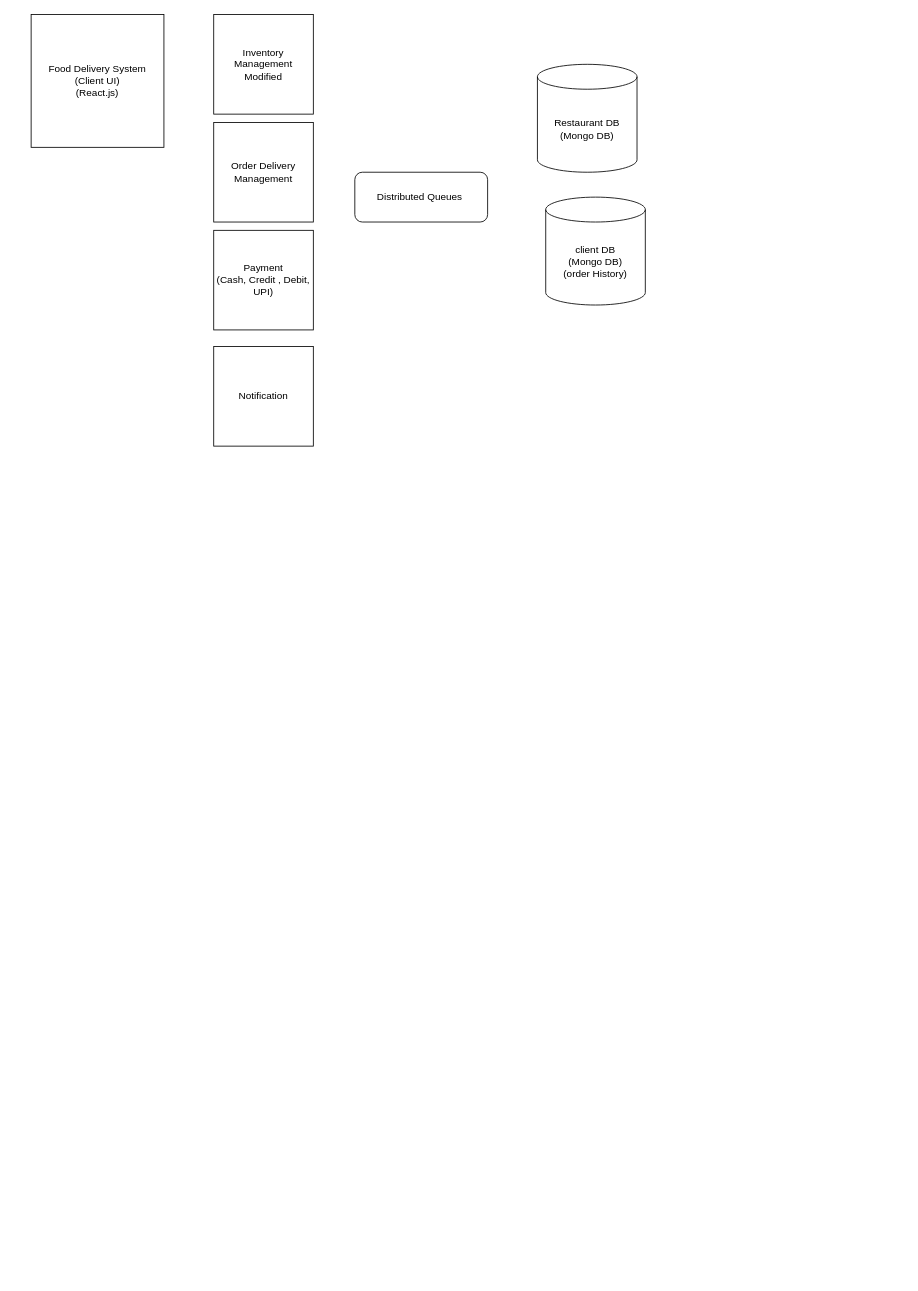
The draw.io diagram Untitled Diagram.drawio in kirtiRamrakhyani/my-react-app, before the edit. Source tidied: cells renumbered, new cells numbered last; positions are measured from the earlier drawing's top-left corner, leaving out a move shared by most shapes. Both pictures are drawn from the tidied source at 83%, with x=0, y=0 at pixel (31, 14).
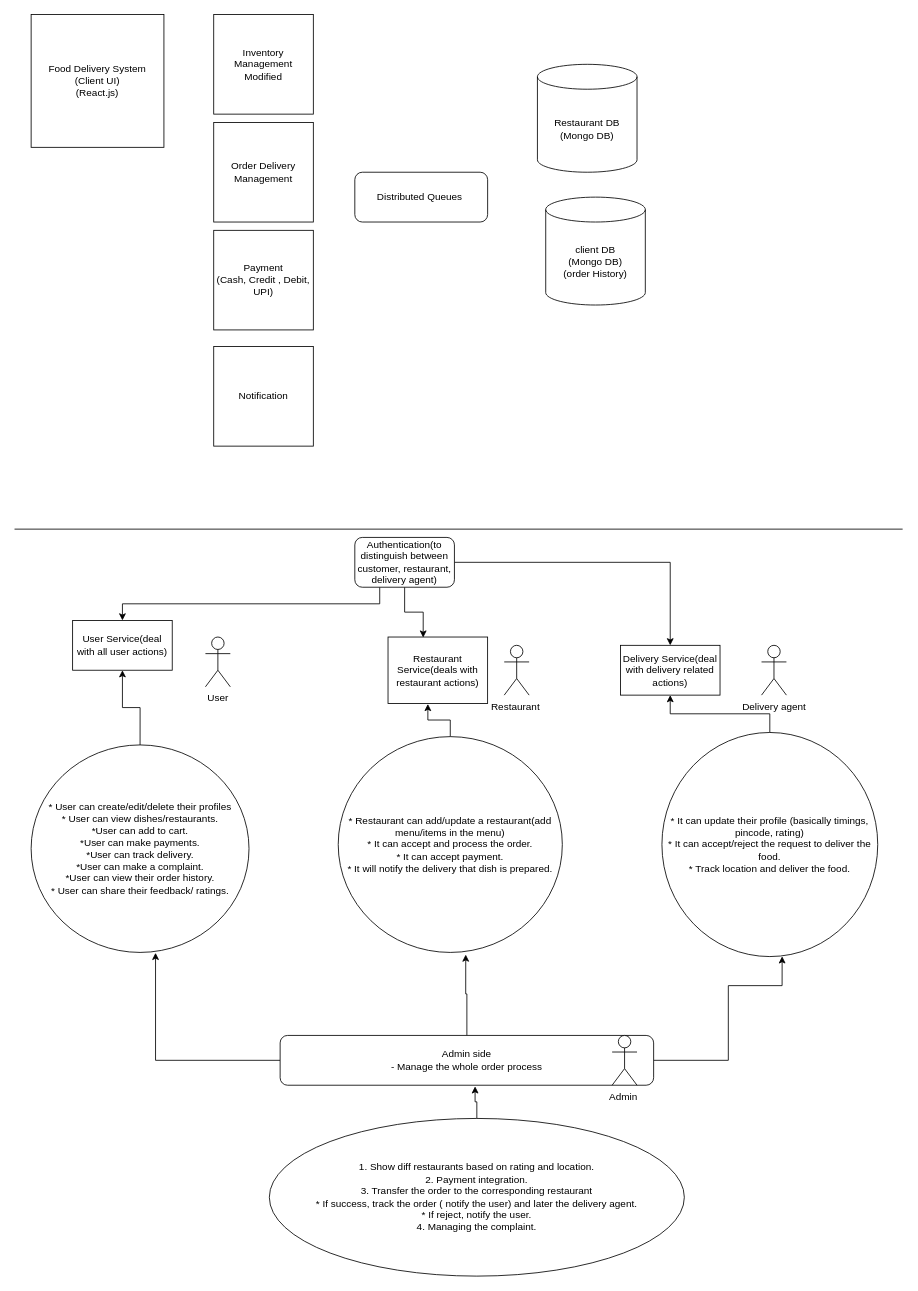
The same diagram, later.

Change to the diagram source:
```diff
@@
+    <mxCell id="10" style="endArrow=none;html=1;rounded=0;" parent="1" edge="1">
+      <mxGeometry relative="1" as="geometry">
+        <mxPoint x="-20" y="620" as="sourcePoint" />
+        <mxPoint x="1050" y="620" as="targetPoint" />
+      </mxGeometry>
+    </mxCell>
+    <mxCell id="11" value="User Service(deal with all user actions)" style="rounded=0;whiteSpace=wrap;html=1;" parent="1" vertex="1">
+      <mxGeometry x="50" y="730" width="120" height="60" as="geometry" />
+    </mxCell>
+    <mxCell id="12" value="Restaurant Service(deals with restaurant actions)" style="rounded=0;whiteSpace=wrap;html=1;" parent="1" vertex="1">
+      <mxGeometry x="430" y="750" width="120" height="80" as="geometry" />
+    </mxCell>
+    <mxCell id="13" value="Delivery Service(deal with delivery related actions)" style="rounded=0;whiteSpace=wrap;html=1;" parent="1" vertex="1">
+      <mxGeometry x="710" y="760" width="120" height="60" as="geometry" />
+    </mxCell>
+    <mxCell id="14" style="edgeStyle=orthogonalEdgeStyle;rounded=0;jettySize=auto;html=1;" parent="1" edge="1" source="15" target="11">
+      <mxGeometry relative="1" as="geometry" />
+    </mxCell>
+    <mxCell id="15" value="* User can create/edit/delete their profiles&lt;br&gt;* User can view dishes/restaurants.&lt;br&gt;*User can add to cart.&lt;br&gt;*User can make payments.&lt;br&gt;*User can track delivery.&lt;br&gt;*User can make a complaint.&lt;br&gt;*User can view their order history.&lt;br&gt;* User can share their feedback/ ratings." style="ellipse;whiteSpace=wrap;html=1;direction=south;" parent="1" vertex="1">
+      <mxGeometry y="880" width="262.5" height="250" as="geometry" />
+    </mxCell>
+    <mxCell id="16" style="edgeStyle=orthogonalEdgeStyle;rounded=0;jettySize=auto;html=1;entryX=0.4;entryY=1.008;entryDx=0;entryDy=0;entryPerimeter=0;" parent="1" edge="1" source="17" target="12">
+      <mxGeometry relative="1" as="geometry" />
+    </mxCell>
+    <mxCell id="17" value="* Restaurant can add/update a restaurant(add menu/items in the menu)&lt;br&gt;* It can accept and process the order.&lt;br&gt;* It can accept payment.&lt;br&gt;* It will notify the delivery that dish is prepared." style="ellipse;whiteSpace=wrap;html=1;" parent="1" vertex="1">
+      <mxGeometry x="370" y="870" width="270" height="260" as="geometry" />
+    </mxCell>
+    <mxCell id="18" style="edgeStyle=orthogonalEdgeStyle;rounded=0;jettySize=auto;html=1;entryX=0.353;entryY=0.008;entryDx=0;entryDy=0;entryPerimeter=0;" parent="1" edge="1" source="21" target="12">
+      <mxGeometry relative="1" as="geometry" />
+    </mxCell>
+    <mxCell id="19" style="edgeStyle=orthogonalEdgeStyle;rounded=0;jettySize=auto;html=1;exitX=0.25;exitY=1;exitDx=0;exitDy=0;entryX=0.5;entryY=0;entryDx=0;entryDy=0;" parent="1" edge="1" source="21" target="11">
+      <mxGeometry relative="1" as="geometry" />
+    </mxCell>
+    <mxCell id="20" style="edgeStyle=orthogonalEdgeStyle;rounded=0;jettySize=auto;html=1;" parent="1" edge="1" source="21" target="13">
+      <mxGeometry relative="1" as="geometry" />
+    </mxCell>
+    <mxCell id="21" value="Authentication(to distinguish between customer, restaurant, delivery agent)" style="rounded=1;whiteSpace=wrap;html=1;" parent="1" vertex="1">
+      <mxGeometry x="390" y="630" width="120" height="60" as="geometry" />
+    </mxCell>
+    <mxCell id="22" style="edgeStyle=orthogonalEdgeStyle;rounded=0;jettySize=auto;html=1;entryX=1.002;entryY=0.429;entryDx=0;entryDy=0;entryPerimeter=0;" parent="1" edge="1" source="25" target="15">
+      <mxGeometry relative="1" as="geometry" />
+    </mxCell>
+    <mxCell id="23" style="edgeStyle=orthogonalEdgeStyle;rounded=0;jettySize=auto;html=1;entryX=0.557;entryY=0.999;entryDx=0;entryDy=0;entryPerimeter=0;" parent="1" edge="1" source="25" target="27">
+      <mxGeometry relative="1" as="geometry">
+        <Array as="points">
+          <mxPoint x="840" y="1260" />
+          <mxPoint x="840" y="1170" />
+          <mxPoint x="905" y="1170" />
+        </Array>
+      </mxGeometry>
+    </mxCell>
+    <mxCell id="24" style="edgeStyle=orthogonalEdgeStyle;rounded=0;jettySize=auto;html=1;entryX=0.569;entryY=1.01;entryDx=0;entryDy=0;entryPerimeter=0;" parent="1" edge="1" source="25" target="17">
+      <mxGeometry relative="1" as="geometry" />
+    </mxCell>
+    <mxCell id="25" value="Admin side&lt;br&gt;- Manage the whole order process" style="rounded=1;whiteSpace=wrap;html=1;" parent="1" vertex="1">
+      <mxGeometry x="300" y="1230" width="450" height="60" as="geometry" />
+    </mxCell>
+    <mxCell id="26" style="edgeStyle=orthogonalEdgeStyle;rounded=0;jettySize=auto;html=1;entryX=0.5;entryY=1;entryDx=0;entryDy=0;" parent="1" edge="1" source="27" target="13">
+      <mxGeometry relative="1" as="geometry" />
+    </mxCell>
+    <mxCell id="27" value="* It can update their profile (basically timings, pincode, rating)&lt;br&gt;* It can accept/reject the request to deliver the food.&lt;br&gt;* Track location and deliver the food." style="ellipse;whiteSpace=wrap;html=1;" parent="1" vertex="1">
+      <mxGeometry x="760" y="865" width="260" height="270" as="geometry" />
+    </mxCell>
+    <mxCell id="28" style="edgeStyle=orthogonalEdgeStyle;rounded=0;jettySize=auto;html=1;entryX=0.522;entryY=1.023;entryDx=0;entryDy=0;entryPerimeter=0;" parent="1" edge="1" source="29" target="25">
+      <mxGeometry relative="1" as="geometry" />
+    </mxCell>
+    <mxCell id="29" value="1. Show diff restaurants based on rating and location.&lt;br&gt;2. Payment integration.&lt;br&gt;3. Transfer the order to the corresponding restaurant&lt;br&gt;* If success, track the order ( notify the user) and later the delivery agent.&lt;br&gt;* If reject, notify the user.&lt;br&gt;4. Managing the complaint." style="ellipse;whiteSpace=wrap;html=1;" parent="1" vertex="1">
+      <mxGeometry x="287" y="1330" width="500" height="190" as="geometry" />
+    </mxCell>
+    <mxCell id="30" value="User" style="shape=umlActor;verticalLabelPosition=bottom;verticalAlign=top;html=1;" parent="1" vertex="1">
+      <mxGeometry x="210" y="750" width="30" height="60" as="geometry" />
+    </mxCell>
+    <mxCell id="31" value="Restaurant&amp;nbsp;" style="shape=umlActor;verticalLabelPosition=bottom;verticalAlign=top;html=1;" parent="1" vertex="1">
+      <mxGeometry x="570" y="760" width="30" height="60" as="geometry" />
+    </mxCell>
+    <mxCell id="32" value="Delivery agent" style="shape=umlActor;verticalLabelPosition=bottom;verticalAlign=top;html=1;" parent="1" vertex="1">
+      <mxGeometry x="880" y="760" width="30" height="60" as="geometry" />
+    </mxCell>
+    <mxCell id="33" value="Admin&amp;nbsp;" style="shape=umlActor;verticalLabelPosition=bottom;verticalAlign=top;html=1;" parent="1" vertex="1">
+      <mxGeometry x="700" y="1230" width="30" height="60" as="geometry" />
+    </mxCell>
```
